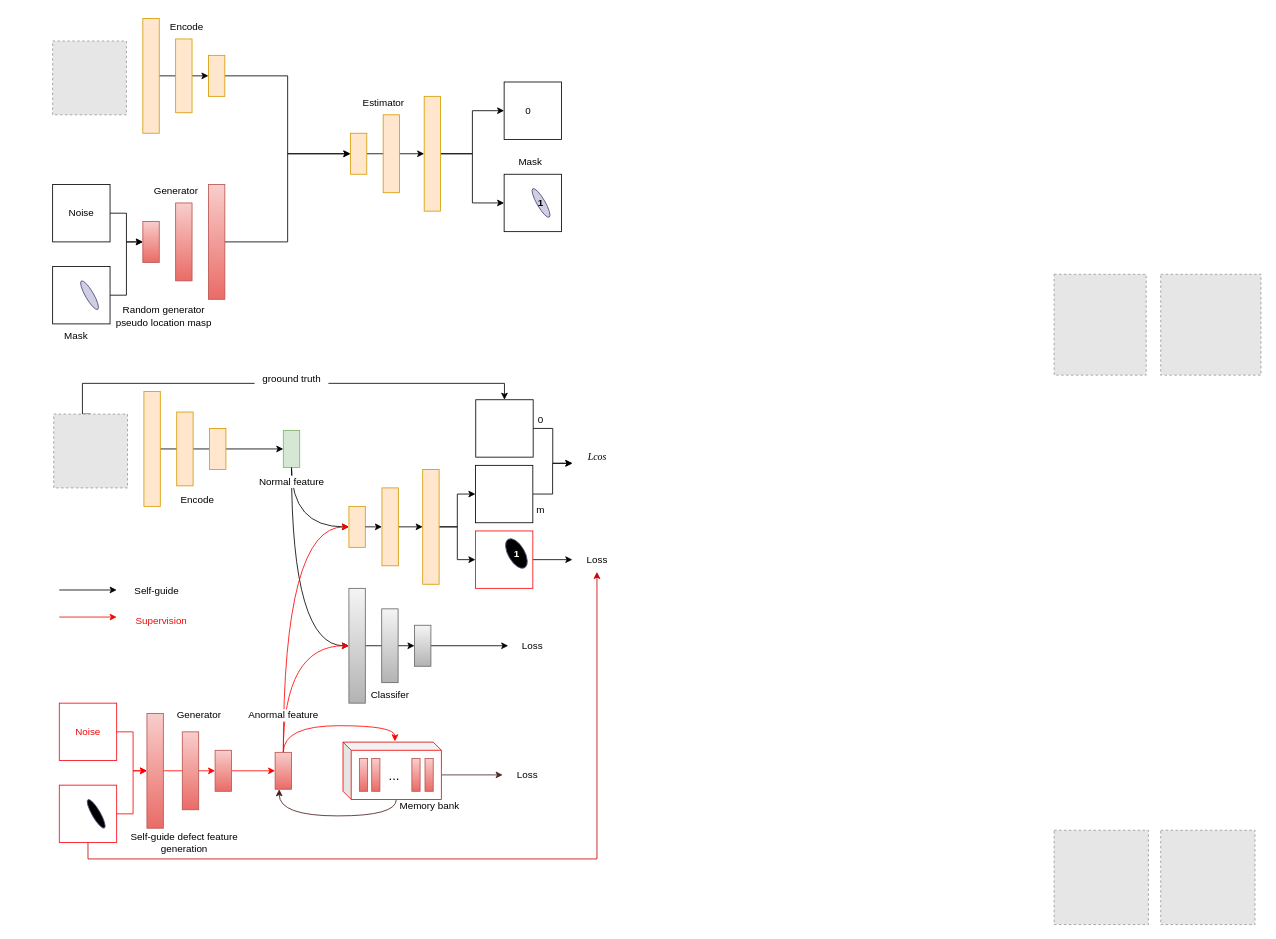
Earlier version of the draw.io diagram defect.drawio (kagomeAli/2023KD). Source tidied: cells renumbered, new cells numbered last; positions are measured from the earlier drawing's top-left corner, leaving out a move shared by most shapes. Both pictures are drawn from the tidied source at 82%, with x=0, y=0 at pixel (52, 14). Pictures stored in the file or linked from it are replaced by grey dashed boxes.
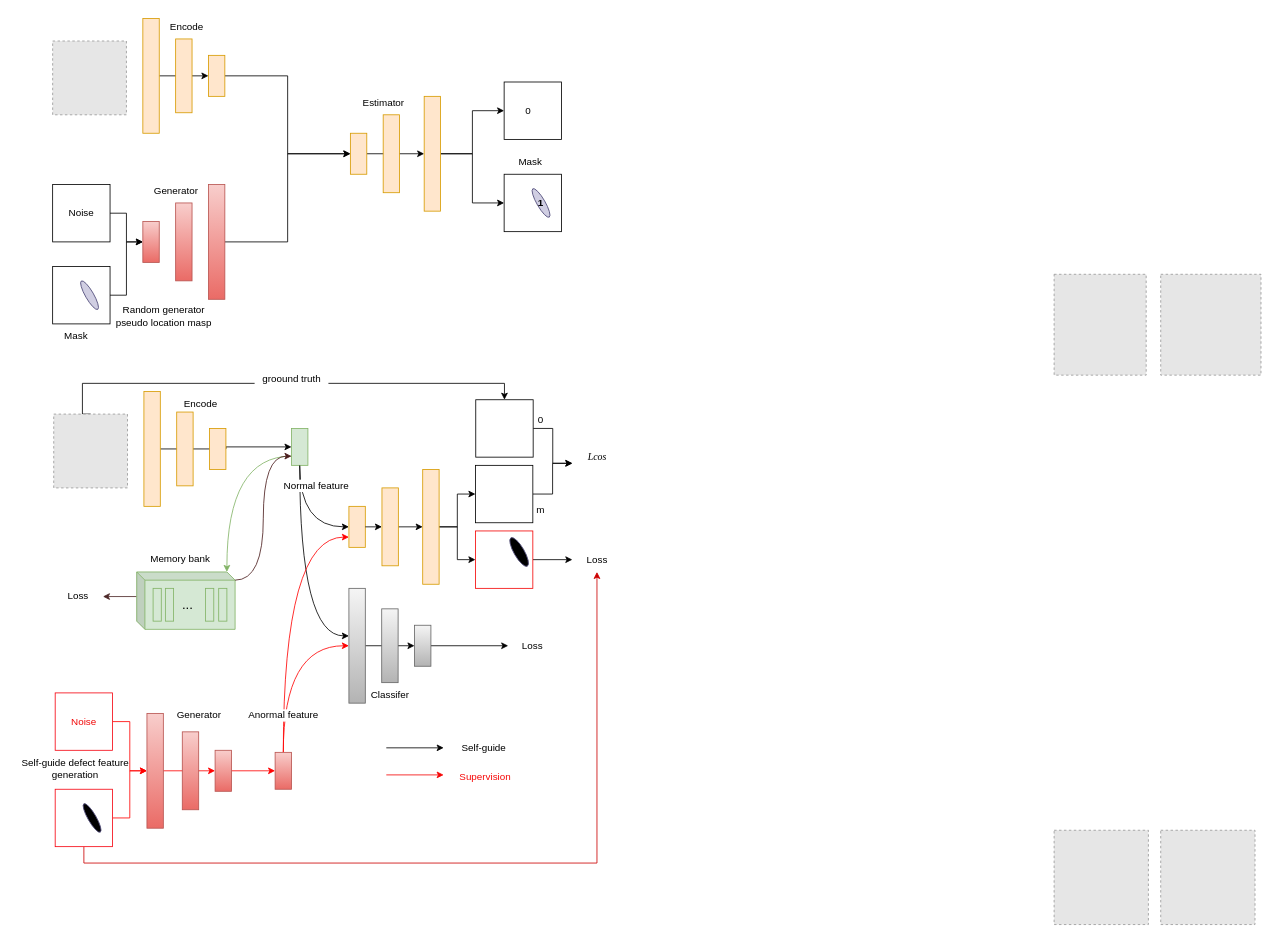
The same diagram, later.

Unchanged cells that the change refers to:
```xml
<mxCell id="14" style="rounded=0;whiteSpace=wrap;html=1;fillColor=#ffe6cc;strokeColor=#d79b00;" parent="1" vertex="1">
  <mxGeometry x="361" y="600" width="20" height="50" as="geometry" />
</mxCell>
<mxCell id="25" style="rounded=0;whiteSpace=wrap;html=1;fillColor=#f5f5f5;gradientColor=#b3b3b3;strokeColor=#666666;" parent="1" vertex="1">
  <mxGeometry x="361" y="700" width="20" height="140" as="geometry" />
</mxCell>
<mxCell id="60" style="rounded=0;whiteSpace=wrap;html=1;fillColor=#f8cecc;strokeColor=#b85450;gradientColor=#ea6b66;" parent="1" vertex="1">
  <mxGeometry x="271" y="900" width="20" height="45" as="geometry" />
</mxCell>
```

The edit, as a diff of the source:
```diff
@@
     <mxCell id="10" style="rounded=0;whiteSpace=wrap;html=1;fillColor=#d5e8d4;strokeColor=#82b366;" parent="1" vertex="1">
-      <mxGeometry x="281" y="507.5" width="20" height="45" as="geometry" />
+      <mxGeometry x="291" y="505" width="20" height="45" as="geometry" />
     </mxCell>
@@
-    <mxCell id="29" style="edgeStyle=orthogonalEdgeStyle;rounded=0;jettySize=auto;html=1;exitX=0.5;exitY=1;exitDx=0;exitDy=0;entryX=0;entryY=0.5;entryDx=0;entryDy=0;curved=1;exitPerimeter=0;" parent="1" edge="1" source="10" target="25">
+    <mxCell id="29" style="edgeStyle=orthogonalEdgeStyle;rounded=0;jettySize=auto;html=1;exitX=0.5;exitY=1;exitDx=0;exitDy=0;entryX=0;entryY=0.414;entryDx=0;entryDy=0;curved=1;exitPerimeter=0;entryPerimeter=0;" parent="1" edge="1" source="10" target="25">
       <mxGeometry relative="1" as="geometry" />
     </mxCell>
@@
-    <mxCell id="35" style="edgeStyle=orthogonalEdgeStyle;rounded=0;jettySize=auto;html=1;exitX=0;exitY=0;exitDx=120;exitDy=40;exitPerimeter=0;entryX=0;entryY=0.5;entryDx=0;entryDy=0;strokeColor=#4d2828;" parent="1" edge="1" source="37" target="55">
+    <mxCell id="35" style="edgeStyle=orthogonalEdgeStyle;rounded=0;jettySize=auto;html=1;exitX=0;exitY=0;exitDx=0;exitDy=30;exitPerimeter=0;entryX=1;entryY=0.5;entryDx=0;entryDy=0;strokeColor=#4d2828;" parent="1" edge="1" source="37" target="55">
       <mxGeometry relative="1" as="geometry" />
     </mxCell>
-    <mxCell id="36" style="edgeStyle=orthogonalEdgeStyle;rounded=0;jettySize=auto;html=1;exitX=0;exitY=0;exitDx=65;exitDy=70;exitPerimeter=0;entryX=0.25;entryY=1;entryDx=0;entryDy=0;curved=1;strokeColor=#4a1c1c;" parent="1" edge="1" source="37" target="60">
-      <mxGeometry relative="1" as="geometry" />
-    </mxCell>
-    <mxCell id="37" style="shape=cube;whiteSpace=wrap;html=1;boundedLbl=1;backgroundOutline=1;darkOpacity=0.05;darkOpacity2=0.1;size=10;strokeColor=#f20202;" parent="1" vertex="1">
-      <mxGeometry x="353.8" y="887.5" width="120" height="70" as="geometry" />
+    <mxCell id="37" style="shape=cube;whiteSpace=wrap;html=1;boundedLbl=1;backgroundOutline=1;darkOpacity=0.05;darkOpacity2=0.1;size=10;strokeColor=#82b366;fillColor=#d5e8d4;" parent="1" vertex="1">
+      <mxGeometry x="102.2" y="680" width="120" height="70" as="geometry" />
     </mxCell>
-    <mxCell id="38" style="rounded=0;whiteSpace=wrap;html=1;fillColor=#f8cecc;gradientColor=#ea6b66;strokeColor=#b85450;" parent="1" vertex="1">
-      <mxGeometry x="373.8" y="907.5" width="10" height="40" as="geometry" />
+    <mxCell id="38" style="rounded=0;whiteSpace=wrap;html=1;fillColor=#d5e8d4;strokeColor=#82b366;" parent="1" vertex="1">
+      <mxGeometry x="122.2" y="700" width="10" height="40" as="geometry" />
     </mxCell>
-    <mxCell id="39" style="rounded=0;whiteSpace=wrap;html=1;fillColor=#f8cecc;gradientColor=#ea6b66;strokeColor=#b85450;" parent="1" vertex="1">
-      <mxGeometry x="388.8" y="907.5" width="10" height="40" as="geometry" />
+    <mxCell id="39" style="rounded=0;whiteSpace=wrap;html=1;fillColor=#d5e8d4;strokeColor=#82b366;" parent="1" vertex="1">
+      <mxGeometry x="137.2" y="700" width="10" height="40" as="geometry" />
     </mxCell>
-    <mxCell id="40" style="rounded=0;whiteSpace=wrap;html=1;fillColor=#f8cecc;gradientColor=#ea6b66;strokeColor=#b85450;" parent="1" vertex="1">
-      <mxGeometry x="437.8" y="907.5" width="10" height="40" as="geometry" />
+    <mxCell id="40" style="rounded=0;whiteSpace=wrap;html=1;fillColor=#d5e8d4;strokeColor=#82b366;" parent="1" vertex="1">
+      <mxGeometry x="186.2" y="700" width="10" height="40" as="geometry" />
     </mxCell>
-    <mxCell id="41" style="rounded=0;whiteSpace=wrap;html=1;fillColor=#f8cecc;gradientColor=#ea6b66;strokeColor=#b85450;" parent="1" vertex="1">
-      <mxGeometry x="453.8" y="907.5" width="10" height="40" as="geometry" />
+    <mxCell id="41" style="rounded=0;whiteSpace=wrap;html=1;fillColor=#d5e8d4;strokeColor=#82b366;" parent="1" vertex="1">
+      <mxGeometry x="202.2" y="700" width="10" height="40" as="geometry" />
     </mxCell>
     <mxCell id="42" value="..." style="text;html=1;fillColor=none;align=center;verticalAlign=middle;whiteSpace=wrap;rounded=0;fontSize=16;" parent="1" vertex="1">
-      <mxGeometry x="398.8" y="918" width="35" height="19" as="geometry" />
+      <mxGeometry x="147.2" y="710.5" width="35" height="19" as="geometry" />
     </mxCell>
     <mxCell id="43" value="Memory bank" style="text;html=1;align=center;verticalAlign=middle;strokeColor=none;fillColor=none;" parent="1" vertex="1">
-      <mxGeometry x="408.8" y="950" width="100" height="30" as="geometry" />
+      <mxGeometry x="104.7" y="649.4" width="100" height="30" as="geometry" />
     </mxCell>
@@
     <mxCell id="45" value="Noise" style="rounded=0;whiteSpace=wrap;html=1;strokeColor=#f60410;fontColor=#f10909;" parent="1" vertex="1">
-      <mxGeometry x="7.8" y="840" width="70" height="70" as="geometry" />
+      <mxGeometry x="2.8" y="827.5" width="70" height="70" as="geometry" />
     </mxCell>
@@
     <mxCell id="48" style="rounded=0;whiteSpace=wrap;html=1;strokeColor=#f60410;" parent="1" vertex="1">
-      <mxGeometry x="7.8" y="940" width="70" height="70" as="geometry" />
+      <mxGeometry x="2.8" y="945" width="70" height="70" as="geometry" />
     </mxCell>
     <mxCell id="49" style="ellipse;whiteSpace=wrap;html=1;rotation=60;fillColor=#000000;strokeColor=#56517e;" parent="1" vertex="1">
-      <mxGeometry x="32.8" y="970" width="40" height="10" as="geometry" />
+      <mxGeometry x="27.8" y="975" width="40" height="10" as="geometry" />
     </mxCell>
@@
     <mxCell id="52" style="ellipse;whiteSpace=wrap;html=1;rotation=60;fillColor=#000000;strokeColor=#56517e;" parent="1" vertex="1">
-      <mxGeometry x="545.3" y="647.5" width="40" height="20" as="geometry" />
+      <mxGeometry x="548.6" y="649.4" width="40" height="12.5" as="geometry" />
     </mxCell>
@@
     <mxCell id="55" value="Loss" style="text;html=1;strokeColor=none;fillColor=none;align=center;verticalAlign=middle;whiteSpace=wrap;rounded=0;" parent="1" vertex="1">
-      <mxGeometry x="548.5" y="912.5" width="60" height="30" as="geometry" />
+      <mxGeometry x="1" y="695" width="60" height="30" as="geometry" />
     </mxCell>
@@
     <mxCell id="58" value="Normal feature" style="text;html=1;align=center;verticalAlign=middle;strokeColor=none;fillColor=none;labelBackgroundColor=default;" parent="1" vertex="1">
-      <mxGeometry x="241" y="555" width="100" height="30" as="geometry" />
+      <mxGeometry x="271" y="560" width="100" height="30" as="geometry" />
     </mxCell>
-    <mxCell id="59" style="edgeStyle=orthogonalEdgeStyle;rounded=0;jettySize=auto;html=1;exitX=0.5;exitY=0;exitDx=0;exitDy=0;entryX=0;entryY=0.5;entryDx=0;entryDy=0;curved=1;strokeColor=#FF0000;" parent="1" edge="1" source="60" target="14">
+    <mxCell id="59" style="edgeStyle=orthogonalEdgeStyle;rounded=0;jettySize=auto;html=1;exitX=0.5;exitY=0;exitDx=0;exitDy=0;entryX=0;entryY=0.75;entryDx=0;entryDy=0;curved=1;strokeColor=#FF0000;" parent="1" edge="1" source="60" target="14">
       <mxGeometry relative="1" as="geometry" />
     </mxCell>
@@
     <mxCell id="61" value="Encode" style="text;html=1;align=center;verticalAlign=middle;" parent="1" vertex="1">
-      <mxGeometry x="146" y="577.5" width="60" height="30" as="geometry" />
+      <mxGeometry x="149.8" y="460" width="60" height="30" as="geometry" />
     </mxCell>
@@
-    <mxCell id="98" style="edgeStyle=orthogonalEdgeStyle;rounded=0;jettySize=auto;html=1;exitX=0.5;exitY=0;exitDx=0;exitDy=0;entryX=0.528;entryY=-0.014;entryDx=0;entryDy=0;entryPerimeter=0;curved=1;strokeColor=#FF0000;" parent="1" edge="1" source="60" target="37">
+    <mxCell id="98" style="edgeStyle=orthogonalEdgeStyle;rounded=0;jettySize=auto;html=1;exitX=0;exitY=0.75;exitDx=0;exitDy=0;entryX=0;entryY=0;entryDx=110;entryDy=0;entryPerimeter=0;curved=1;strokeColor=#82b366;fillColor=#d5e8d4;" parent="1" edge="1" source="10" target="37">
       <mxGeometry relative="1" as="geometry" />
     </mxCell>
-    <mxCell id="99" value="1" style="text;html=1;strokeColor=none;fillColor=none;align=center;verticalAlign=middle;whiteSpace=wrap;rounded=0;fontStyle=1;fontColor=#ffffff;" parent="1" vertex="1">
-      <mxGeometry x="552.5" y="645" width="25.7" height="25" as="geometry" />
-    </mxCell>
@@
     <mxCell id="104" value="Self-guide defect feature&lt;br&gt;generation" style="text;html=1;align=center;verticalAlign=middle;strokeColor=none;fillColor=none;" parent="1" vertex="1">
-      <mxGeometry x="84.7" y="990" width="150" height="40" as="geometry" />
+      <mxGeometry x="-47.8" y="900" width="150" height="40" as="geometry" />
     </mxCell>
     <mxCell id="105" style="endArrow=classic;html=1;rounded=0;" parent="1" edge="1">
       <mxGeometry relative="1" as="geometry">
-        <mxPoint x="7.8" y="702" as="sourcePoint" />
-        <mxPoint x="77.8" y="702" as="targetPoint" />
+        <mxPoint x="406.6" y="894.5" as="sourcePoint" />
+        <mxPoint x="476.6" y="894.5" as="targetPoint" />
       </mxGeometry>
     </mxCell>
     <mxCell id="106" value="Self-guide&amp;nbsp;" style="text;html=1;align=center;verticalAlign=middle;strokeColor=none;fillColor=none;" parent="1" vertex="1">
-      <mxGeometry x="87.8" y="687.5" width="80" height="30" as="geometry" />
+      <mxGeometry x="486.6" y="880" width="80" height="30" as="geometry" />
     </mxCell>
     <mxCell id="107" style="endArrow=classic;html=1;rounded=0;strokeColor=#f50505;" parent="1" edge="1">
       <mxGeometry relative="1" as="geometry">
-        <mxPoint x="7.8" y="735" as="sourcePoint" />
-        <mxPoint x="77.8" y="735" as="targetPoint" />
+        <mxPoint x="406.6" y="927.5" as="sourcePoint" />
+        <mxPoint x="476.6" y="927.5" as="targetPoint" />
       </mxGeometry>
     </mxCell>
     <mxCell id="108" value="Supervision" style="text;html=1;align=center;verticalAlign=middle;strokeColor=none;fillColor=none;fontColor=#f60909;" parent="1" vertex="1">
-      <mxGeometry x="86.5" y="725" width="90" height="30" as="geometry" />
+      <mxGeometry x="481.7" y="915" width="90" height="30" as="geometry" />
     </mxCell>
+    <mxCell id="36" style="edgeStyle=orthogonalEdgeStyle;rounded=0;jettySize=auto;html=1;exitX=0;exitY=0;exitDx=120;exitDy=10;exitPerimeter=0;entryX=0;entryY=0.75;entryDx=0;entryDy=0;curved=1;strokeColor=#4a1c1c;" parent="1" edge="1" source="37" target="10">
+      <mxGeometry relative="1" as="geometry" />
+    </mxCell>
```
